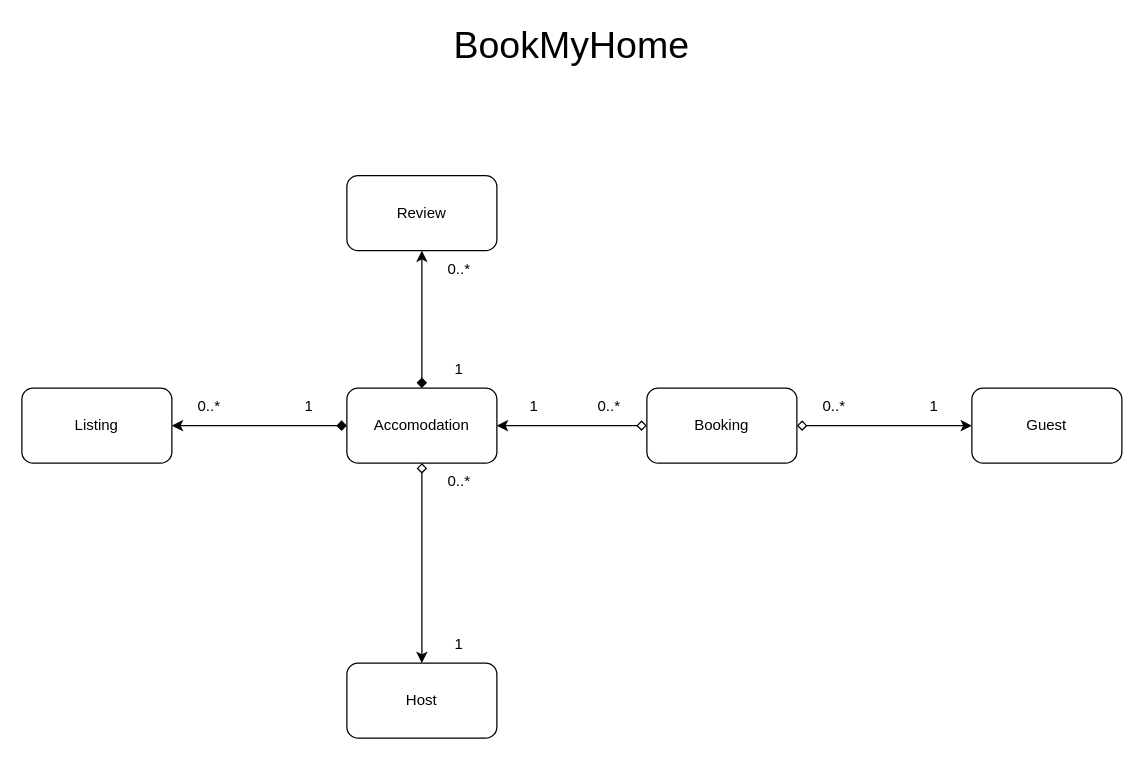
Above: BookMyHome Domæne Diagram.drawio in hiha76740/3-semester-SemesterOpgave (draw.io), before the change. Source tidied: cells renumbered, new cells numbered last; positions are measured from the earlier drawing's top-left corner, leaving out a move shared by most shapes. Both pictures are drawn from the tidied source at 125%, with x=0, y=0 at pixel (21, 25).
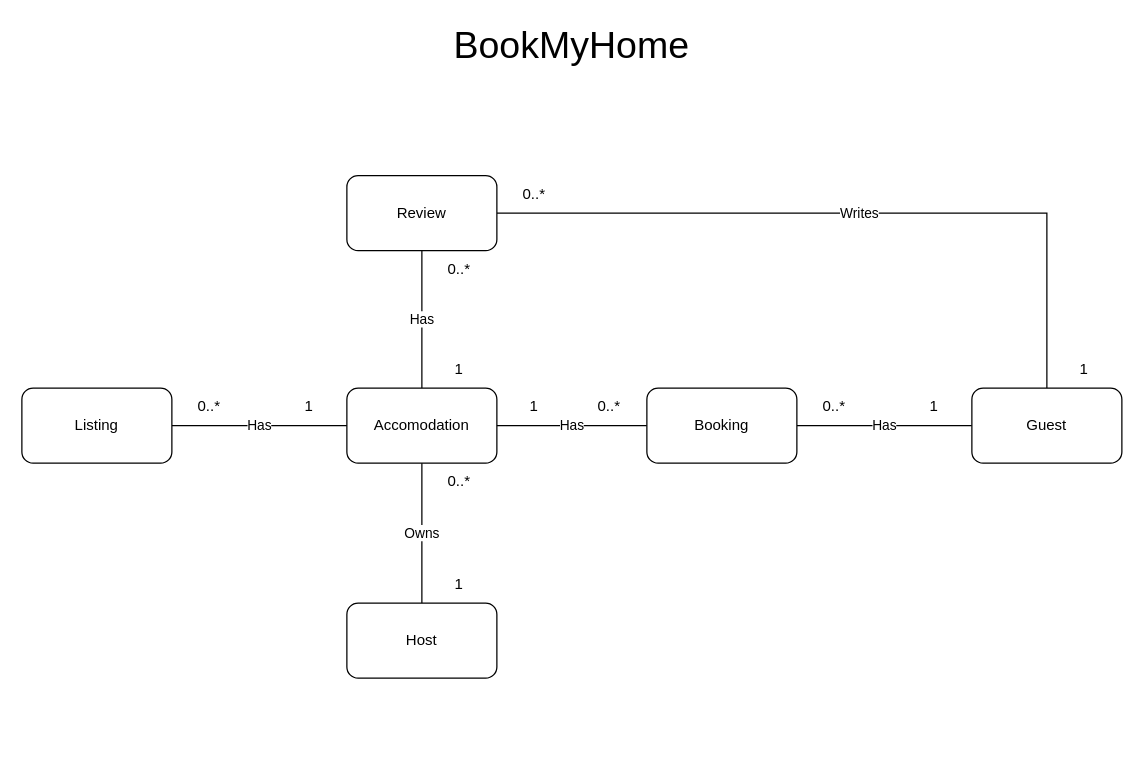
The same page after the edit.

The change refers to these unchanged cells:
```xml
<mxCell id="3" value="Accomodation" style="rounded=1;whiteSpace=wrap;html=1;" parent="1" vertex="1">
  <mxGeometry x="260" y="290" width="120" height="60" as="geometry" />
</mxCell>
<mxCell id="5" value="Listing" style="rounded=1;whiteSpace=wrap;html=1;" parent="1" vertex="1">
  <mxGeometry y="290" width="120" height="60" as="geometry" />
</mxCell>
<mxCell id="9" value="Guest" style="rounded=1;whiteSpace=wrap;html=1;" parent="1" vertex="1">
  <mxGeometry x="760" y="290" width="120" height="60" as="geometry" />
</mxCell>
<mxCell id="12" value="Booking" style="rounded=1;whiteSpace=wrap;html=1;" parent="1" vertex="1">
  <mxGeometry x="500" y="290" width="120" height="60" as="geometry" />
</mxCell>
<mxCell id="21" value="Review" style="rounded=1;whiteSpace=wrap;html=1;" parent="1" vertex="1">
  <mxGeometry x="260" y="120" width="120" height="60" as="geometry" />
</mxCell>
```

Diff of the diagram source:
```diff
@@
-    <mxCell id="2" style="edgeStyle=orthogonalEdgeStyle;rounded=0;jettySize=auto;html=1;entryX=0.5;entryY=1;entryDx=0;entryDy=0;startArrow=diamond;startFill=1;" parent="1" edge="1" source="3" target="21">
+    <mxCell id="2" value="Has" style="edgeStyle=orthogonalEdgeStyle;rounded=0;jettySize=auto;html=1;entryX=0.5;entryY=1;entryDx=0;entryDy=0;startArrow=none;startFill=0;endArrow=none;endFill=0;" parent="1" edge="1" source="3" target="21">
       <mxGeometry relative="1" as="geometry" />
     </mxCell>
@@
-    <mxCell id="4" style="edgeStyle=orthogonalEdgeStyle;rounded=0;jettySize=auto;html=1;entryX=0;entryY=0.5;entryDx=0;entryDy=0;startArrow=classic;startFill=1;endArrow=diamond;endFill=1;" parent="1" edge="1" source="5" target="3">
+    <mxCell id="4" value="Has" style="edgeStyle=orthogonalEdgeStyle;rounded=0;jettySize=auto;html=1;entryX=0;entryY=0.5;entryDx=0;entryDy=0;startArrow=none;startFill=0;endArrow=none;endFill=0;" parent="1" edge="1" source="5" target="3">
       <mxGeometry relative="1" as="geometry" />
     </mxCell>
@@
-    <mxCell id="6" style="edgeStyle=orthogonalEdgeStyle;rounded=0;jettySize=auto;html=1;entryX=0.5;entryY=1;entryDx=0;entryDy=0;startArrow=classic;startFill=1;endArrow=diamond;endFill=0;" parent="1" edge="1" source="7" target="3">
+    <mxCell id="6" value="Owns" style="edgeStyle=orthogonalEdgeStyle;rounded=0;jettySize=auto;html=1;entryX=0.5;entryY=1;entryDx=0;entryDy=0;startArrow=none;startFill=0;endArrow=none;endFill=0;" parent="1" edge="1" source="7" target="3">
       <mxGeometry relative="1" as="geometry" />
     </mxCell>
     <mxCell id="7" value="Host" style="rounded=1;whiteSpace=wrap;html=1;" parent="1" vertex="1">
-      <mxGeometry x="260" y="510" width="120" height="60" as="geometry" />
+      <mxGeometry x="260" y="462" width="120" height="60" as="geometry" />
     </mxCell>
-    <mxCell id="8" style="edgeStyle=orthogonalEdgeStyle;rounded=0;jettySize=auto;html=1;entryX=1;entryY=0.5;entryDx=0;entryDy=0;startArrow=classic;startFill=1;endArrow=diamond;endFill=0;" parent="1" edge="1" source="9" target="12">
+    <mxCell id="8" value="Has" style="edgeStyle=orthogonalEdgeStyle;rounded=0;jettySize=auto;html=1;entryX=1;entryY=0.5;entryDx=0;entryDy=0;startArrow=none;startFill=0;endArrow=none;endFill=0;" parent="1" edge="1" source="9" target="12">
       <mxGeometry relative="1" as="geometry" />
     </mxCell>
+    <mxCell id="24" value="Writes" style="edgeStyle=orthogonalEdgeStyle;rounded=0;jettySize=auto;html=1;endArrow=none;endFill=0;" parent="1" edge="1" source="9" target="21">
+      <mxGeometry relative="1" as="geometry">
+        <Array as="points">
+          <mxPoint x="820" y="150" />
+        </Array>
+      </mxGeometry>
+    </mxCell>
@@
-    <mxCell id="11" style="edgeStyle=orthogonalEdgeStyle;rounded=0;jettySize=auto;html=1;entryX=1;entryY=0.5;entryDx=0;entryDy=0;startArrow=diamond;startFill=0;" parent="1" edge="1" source="12" target="3">
+    <mxCell id="11" value="Has" style="edgeStyle=orthogonalEdgeStyle;rounded=0;jettySize=auto;html=1;entryX=1;entryY=0.5;entryDx=0;entryDy=0;startArrow=none;startFill=0;endArrow=none;endFill=0;" parent="1" edge="1" source="12" target="3">
       <mxGeometry relative="1" as="geometry" />
     </mxCell>
@@
     <mxCell id="16" value="1" style="text;html=1;whiteSpace=wrap;strokeColor=none;fillColor=none;align=center;verticalAlign=middle;rounded=0;" parent="1" vertex="1">
-      <mxGeometry x="320" y="480" width="60" height="30" as="geometry" />
+      <mxGeometry x="320" y="432" width="60" height="30" as="geometry" />
     </mxCell>
@@
+    <mxCell id="25" value="0..*" style="text;html=1;whiteSpace=wrap;strokeColor=none;fillColor=none;align=center;verticalAlign=middle;rounded=0;" parent="1" vertex="1">
+      <mxGeometry x="380" y="120" width="60" height="30" as="geometry" />
+    </mxCell>
+    <mxCell id="26" value="1" style="text;html=1;whiteSpace=wrap;strokeColor=none;fillColor=none;align=center;verticalAlign=middle;rounded=0;" parent="1" vertex="1">
+      <mxGeometry x="820" y="260" width="60" height="30" as="geometry" />
+    </mxCell>
```
